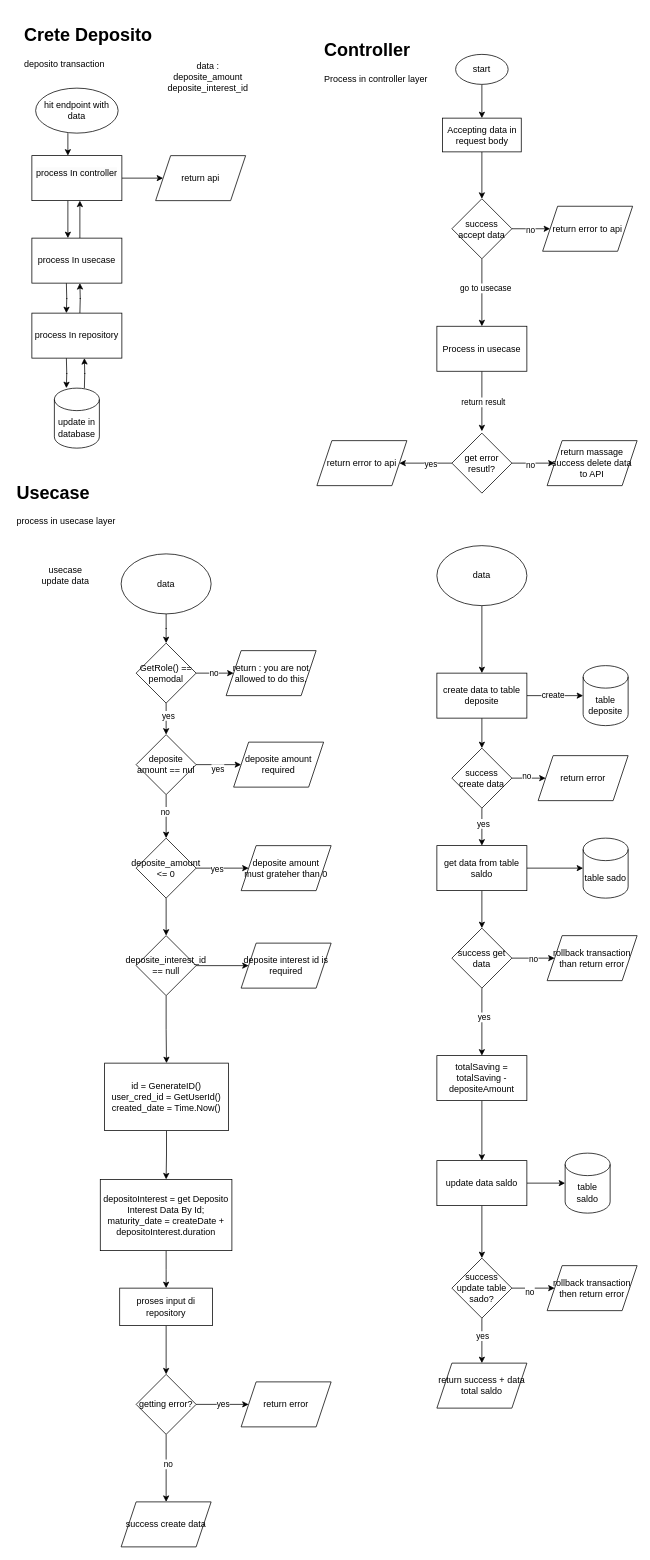
Before: page "create" (1 of 2) of deposito.drawio in MasEBTa/drawio, a draw.io diagram. Source tidied: cells renumbered, new cells numbered last; positions are measured from the earlier drawing's top-left corner, leaving out a move shared by most shapes. Both pictures are drawn from the tidied source at 75%, with x=0, y=0 at pixel (13, 20).
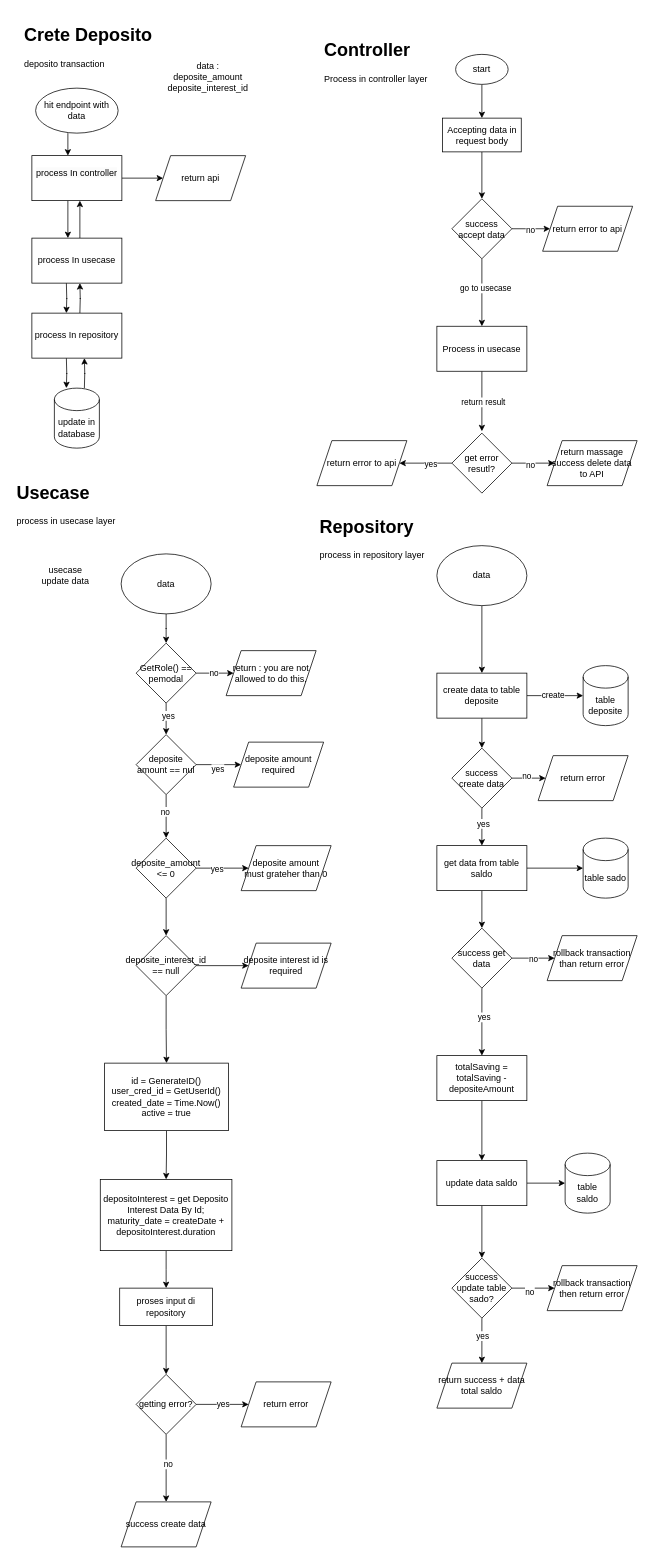
After the change.

Diff of the diagram source:
```diff
@@
-    <mxCell id="65" value="id =&amp;nbsp;GenerateID&lt;span style=&quot;background-color: initial;&quot;&gt;()&lt;/span&gt;&lt;br&gt;user_cred_id = GetUserId()&lt;br&gt;created_date = Time.Now()" style="whiteSpace=wrap;html=1;" parent="1" vertex="1">
+    <mxCell id="65" value="id =&amp;nbsp;GenerateID&lt;span style=&quot;background-color: initial;&quot;&gt;()&lt;/span&gt;&lt;br&gt;user_cred_id = GetUserId()&lt;br&gt;created_date = Time.Now()&lt;br&gt;active = true" style="whiteSpace=wrap;html=1;" parent="1" vertex="1">
       <mxGeometry x="122" y="1390" width="165" height="90" as="geometry" />
     </mxCell>
@@
+    <mxCell id="113" value="&lt;h1&gt;Repository&lt;/h1&gt;&lt;div&gt;process in repository layer&lt;/div&gt;" style="text;html=1;strokeColor=none;fillColor=none;spacing=5;spacingTop=-20;whiteSpace=wrap;overflow=hidden;rounded=0;" parent="1" vertex="1">
+      <mxGeometry x="404" y="655" width="160" height="70" as="geometry" />
+    </mxCell>
```
